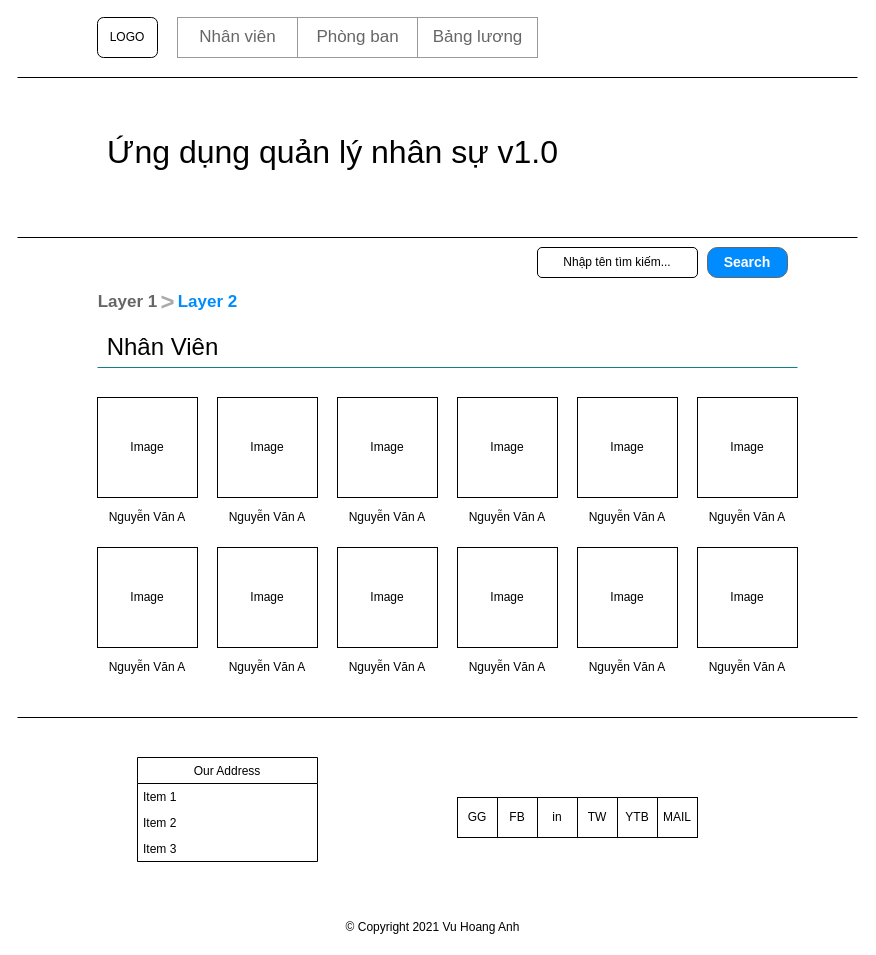
Above: page "/nhan-vien" (1 of 4) of src/report/asm2.drawio in EdisonVu/Assignment2_RJS101x (draw.io), before the change. Source tidied: cells renumbered, new cells numbered last; positions are measured from the earlier drawing's top-left corner, leaving out a move shared by most shapes. Both pictures are drawn from the tidied source at 100%, with x=0, y=0 at pixel (17, 17).
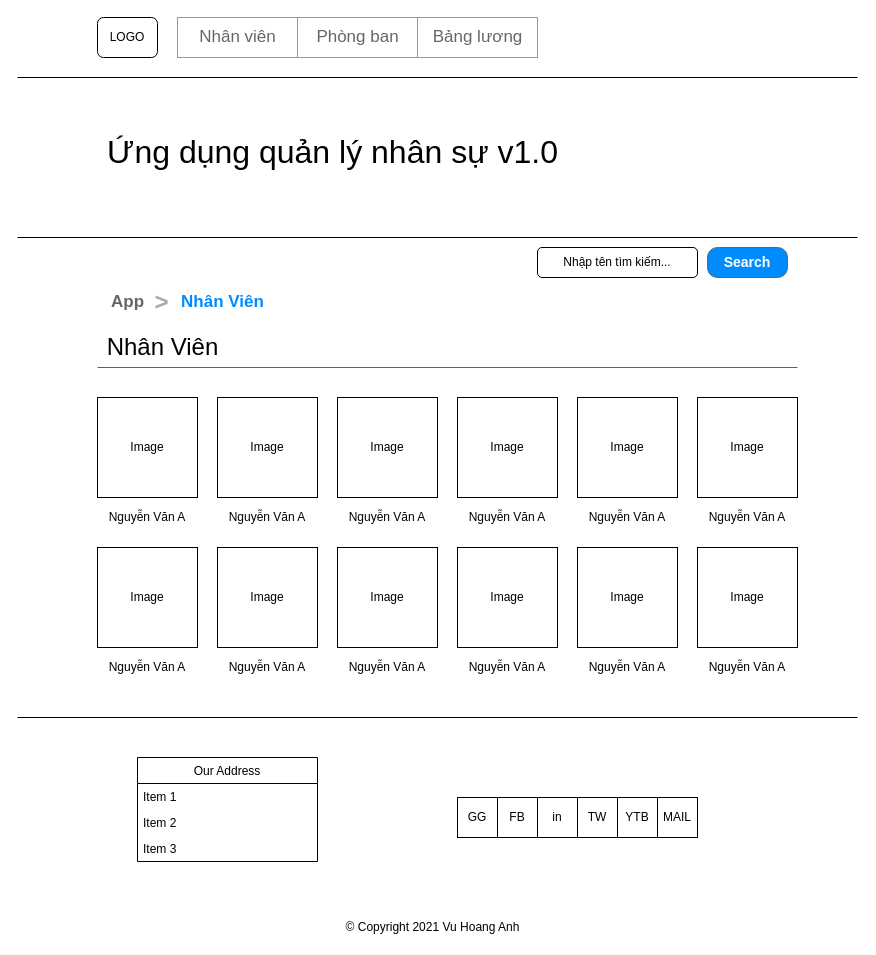
Above is the later version.

The edit, as a diff of the source:
```diff
@@
     <mxCell id="12" style="group;" parent="1" vertex="1">
-      <mxGeometry x="80" y="270" width="140" height="30" as="geometry" />
+      <mxGeometry x="80" y="270" width="190" height="30" as="geometry" />
     </mxCell>
-    <mxCell id="13" value="Layer 1" style="strokeWidth=1;shadow=0;dashed=0;align=center;html=1;shape=mxgraph.mockup.navigation.anchor;fontSize=17;fontColor=#666666;fontStyle=1;gradientColor=none;" parent="12" vertex="1">
+    <mxCell id="13" value="App" style="strokeWidth=1;shadow=0;dashed=0;align=center;html=1;shape=mxgraph.mockup.navigation.anchor;fontSize=17;fontColor=#666666;fontStyle=1;gradientColor=none;" parent="12" vertex="1">
       <mxGeometry width="60" height="30" as="geometry" />
     </mxCell>
     <mxCell id="14" value="&gt;" style="strokeWidth=1;shadow=0;dashed=0;align=center;html=1;shape=mxgraph.mockup.navigation.anchor;fontSize=24;fontColor=#aaaaaa;fontStyle=1;gradientColor=none;" parent="12" vertex="1">
-      <mxGeometry x="60" width="20" height="30" as="geometry" />
+      <mxGeometry x="50" width="27.1" height="30" as="geometry" />
     </mxCell>
-    <mxCell id="15" value="Layer 2" style="strokeWidth=1;shadow=0;dashed=0;align=center;html=1;shape=mxgraph.mockup.navigation.anchor;fontSize=17;fontColor=#008cff;fontStyle=1;gradientColor=none;" parent="12" vertex="1">
-      <mxGeometry x="80" width="60" height="30" as="geometry" />
+    <mxCell id="15" value="Nhân Viên" style="strokeWidth=1;shadow=0;dashed=0;align=center;html=1;shape=mxgraph.mockup.navigation.anchor;fontSize=17;fontColor=#008cff;fontStyle=1;gradientColor=none;" parent="12" vertex="1">
+      <mxGeometry x="80" width="90" height="30" as="geometry" />
     </mxCell>
```
